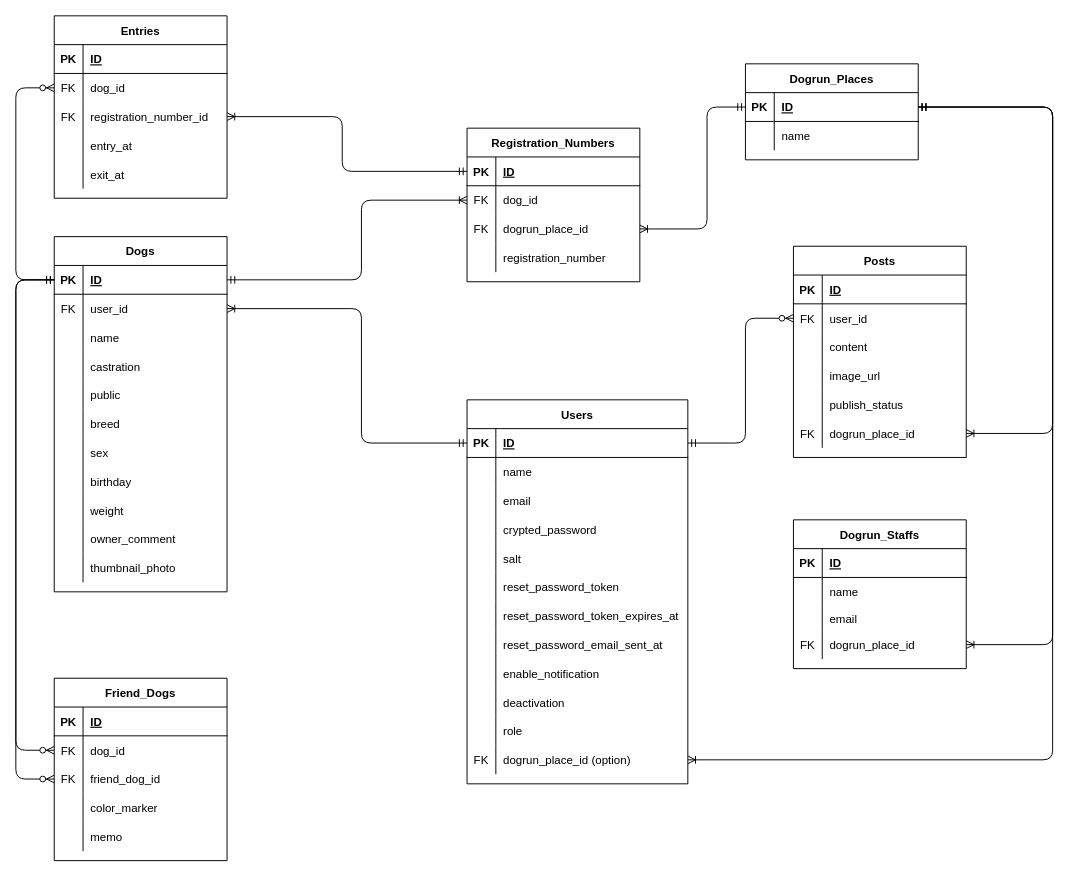
Earlier version of the draw.io diagram ER_diagram.drawio (Kedaruma-Bond/dogrun_connect_app). Source tidied: cells renumbered, new cells numbered last; positions are measured from the earlier drawing's top-left corner, leaving out a move shared by most shapes. Both pictures are drawn from the tidied source at 96%, with x=0, y=0 at pixel (15, 15).
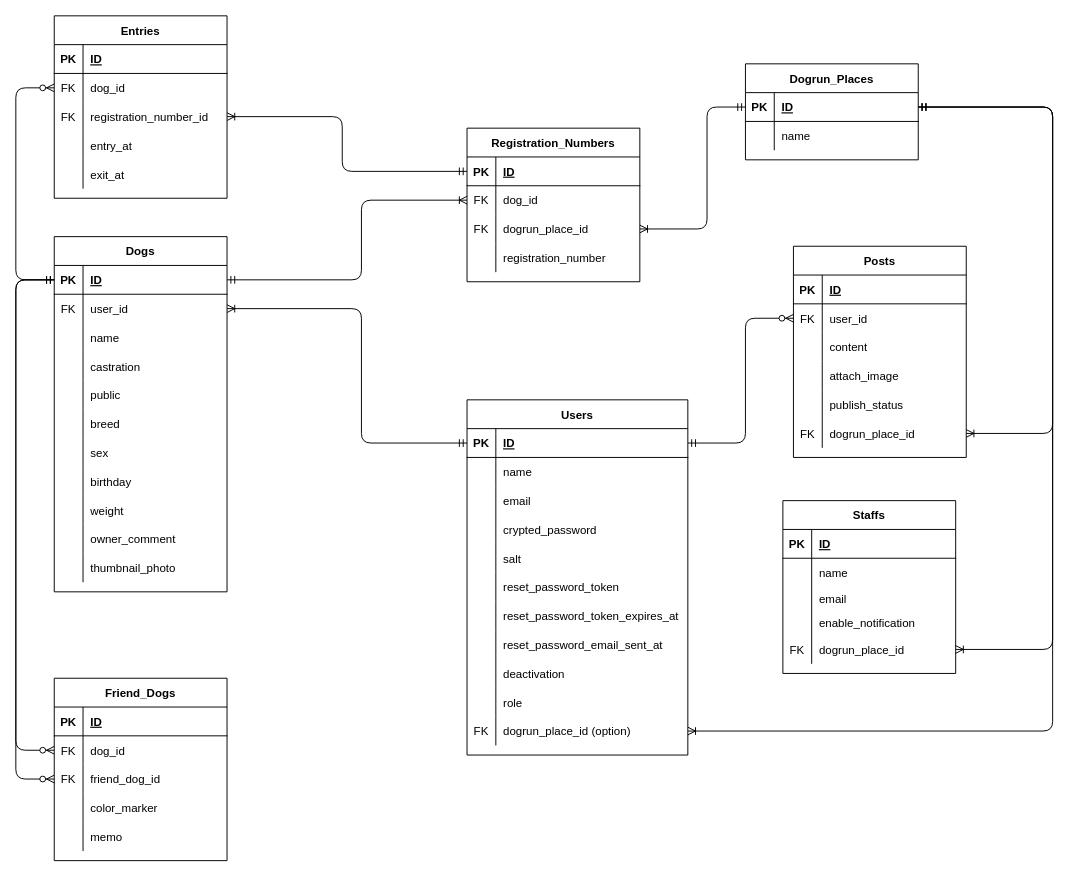
Above is the later version.

The change refers to these unchanged cells:
```xml
<mxCell id="112" style="shape=partialRectangle;fillColor=none;top=0;left=0;bottom=0;right=0;" parent="102" vertex="1">
  <mxGeometry y="120" width="180" height="30" as="geometry" />
</mxCell>
<mxCell id="158" style="shape=tableRow;horizontal=0;startSize=0;swimlaneHead=0;swimlaneBody=0;fillColor=none;points=[[0,0.5],[1,0.5]];portConstraint=eastwest;top=0;left=0;right=0;bottom=1;" parent="157" vertex="1">
  <mxGeometry y="30" width="180" height="30" as="geometry" />
</mxCell>
```

The edit, as a diff of the source:
```diff
@@
     <mxCell id="18" value="Users" style="shape=table;startSize=30;childLayout=tableLayout;rowLines=0;fontStyle=1;align=center;" parent="1" vertex="1">
-      <mxGeometry x="470" y="400" width="230" height="400" as="geometry" />
+      <mxGeometry x="470" y="400" width="230" height="370" as="geometry" />
     </mxCell>
@@
-    <mxCell id="43" style="shape=partialRectangle;fillColor=none;top=0;left=0;bottom=0;right=0;" parent="18" vertex="1">
-      <mxGeometry y="270" width="230" height="30" as="geometry" />
-    </mxCell>
-    <mxCell id="44" style="shape=partialRectangle;fillColor=none;top=0;left=0;bottom=0;right=0;overflow=hidden;" parent="43" vertex="1">
-      <mxGeometry width="30" height="30" as="geometry" />
-    </mxCell>
-    <mxCell id="45" value="enable_notification" style="shape=partialRectangle;fillColor=none;top=0;left=0;bottom=0;right=0;align=left;spacingLeft=6;overflow=hidden;" parent="43" vertex="1">
-      <mxGeometry x="30" width="200" height="30" as="geometry" />
-    </mxCell>
     <mxCell id="46" style="shape=partialRectangle;fillColor=none;top=0;left=0;bottom=0;right=0;" parent="18" vertex="1">
-      <mxGeometry y="300" width="230" height="30" as="geometry" />
+      <mxGeometry y="270" width="230" height="30" as="geometry" />
     </mxCell>
@@
     <mxCell id="49" style="shape=partialRectangle;fillColor=none;top=0;left=0;bottom=0;right=0;" parent="18" vertex="1">
-      <mxGeometry y="330" width="230" height="30" as="geometry" />
+      <mxGeometry y="300" width="230" height="30" as="geometry" />
     </mxCell>
@@
     <mxCell id="52" style="shape=partialRectangle;fillColor=none;top=0;left=0;bottom=0;right=0;points=[[0,0.5],[1,0.5]];portConstraint=eastwest;" parent="18" vertex="1">
-      <mxGeometry y="360" width="230" height="30" as="geometry" />
+      <mxGeometry y="330" width="230" height="30" as="geometry" />
     </mxCell>
@@
-    <mxCell id="55" value="Dogrun_Staffs" style="shape=table;startSize=30;childLayout=tableLayout;rowLines=0;fontStyle=1;align=center;" parent="1" vertex="1">
-      <mxGeometry x="810" y="525" width="180" height="155" as="geometry" />
+    <mxCell id="55" value="Staffs" style="shape=table;startSize=30;childLayout=tableLayout;rowLines=0;fontStyle=1;align=center;" parent="1" vertex="1">
+      <mxGeometry x="799" y="505" width="180" height="180" as="geometry" />
     </mxCell>
@@
+    <mxCell id="168" style="shape=partialRectangle;fillColor=none;top=0;left=0;bottom=0;right=0;" parent="55" vertex="1">
+      <mxGeometry y="90" width="180" height="25" as="geometry" />
+    </mxCell>
+    <mxCell id="169" style="shape=partialRectangle;fillColor=none;top=0;left=0;bottom=0;right=0;overflow=hidden;" parent="168" vertex="1">
+      <mxGeometry width="30" height="25" as="geometry" />
+    </mxCell>
+    <mxCell id="170" value="email" style="shape=partialRectangle;fillColor=none;top=0;left=0;bottom=0;right=0;align=left;spacingLeft=6;overflow=hidden;" parent="168" vertex="1">
+      <mxGeometry x="30" width="150" height="25" as="geometry" />
+    </mxCell>
     <mxCell id="62" style="shape=partialRectangle;fillColor=none;top=0;left=0;bottom=0;right=0;" parent="55" vertex="1">
-      <mxGeometry y="90" width="180" height="25" as="geometry" />
+      <mxGeometry y="115" width="180" height="25" as="geometry" />
     </mxCell>
@@
-    <mxCell id="64" value="email" style="shape=partialRectangle;fillColor=none;top=0;left=0;bottom=0;right=0;align=left;spacingLeft=6;overflow=hidden;" parent="62" vertex="1">
+    <mxCell id="64" value="enable_notification" style="shape=partialRectangle;fillColor=none;top=0;left=0;bottom=0;right=0;align=left;spacingLeft=6;overflow=hidden;" parent="62" vertex="1">
       <mxGeometry x="30" width="150" height="25" as="geometry" />
     </mxCell>
     <mxCell id="65" style="shape=partialRectangle;fillColor=none;top=0;left=0;bottom=0;right=0;points=[[0,0.5],[1,0.5]];portConstraint=eastwest;" parent="55" vertex="1">
-      <mxGeometry y="115" width="180" height="30" as="geometry" />
+      <mxGeometry y="140" width="180" height="30" as="geometry" />
     </mxCell>
@@
-    <mxCell id="114" value="image_url" style="shape=partialRectangle;fillColor=none;top=0;left=0;bottom=0;right=0;align=left;spacingLeft=6;overflow=hidden;" parent="112" vertex="1">
+    <mxCell id="114" value="attach_image" style="shape=partialRectangle;fillColor=none;top=0;left=0;bottom=0;right=0;align=left;spacingLeft=6;overflow=hidden;" parent="112" vertex="1">
       <mxGeometry x="30" width="150" height="30" as="geometry" />
     </mxCell>
@@
     <mxCell id="165" style="edgeStyle=orthogonalEdgeStyle;fontSize=12;html=1;endArrow=ERoneToMany;startArrow=ERmandOne;exitX=1;exitY=0.5;exitDx=0;exitDy=0;entryX=1;entryY=0.5;entryDx=0;entryDy=0;" parent="1" edge="1" source="158" target="52">
       <mxGeometry relative="1" as="geometry">
         <Array as="points">
           <mxPoint x="1080" y="95" />
-          <mxPoint x="1080" y="775" />
+          <mxPoint x="1080" y="745" />
         </Array>
       </mxGeometry>
     </mxCell>
@@
     <mxCell id="167" style="edgeStyle=orthogonalEdgeStyle;fontSize=12;html=1;endArrow=ERoneToMany;startArrow=ERmandOne;exitX=1;exitY=0.5;exitDx=0;exitDy=0;entryX=1;entryY=0.5;entryDx=0;entryDy=0;" parent="1" edge="1" source="158" target="65">
       <mxGeometry relative="1" as="geometry">
         <Array as="points">
           <mxPoint x="1080" y="95" />
-          <mxPoint x="1080" y="655" />
+          <mxPoint x="1080" y="660" />
         </Array>
       </mxGeometry>
     </mxCell>
```
